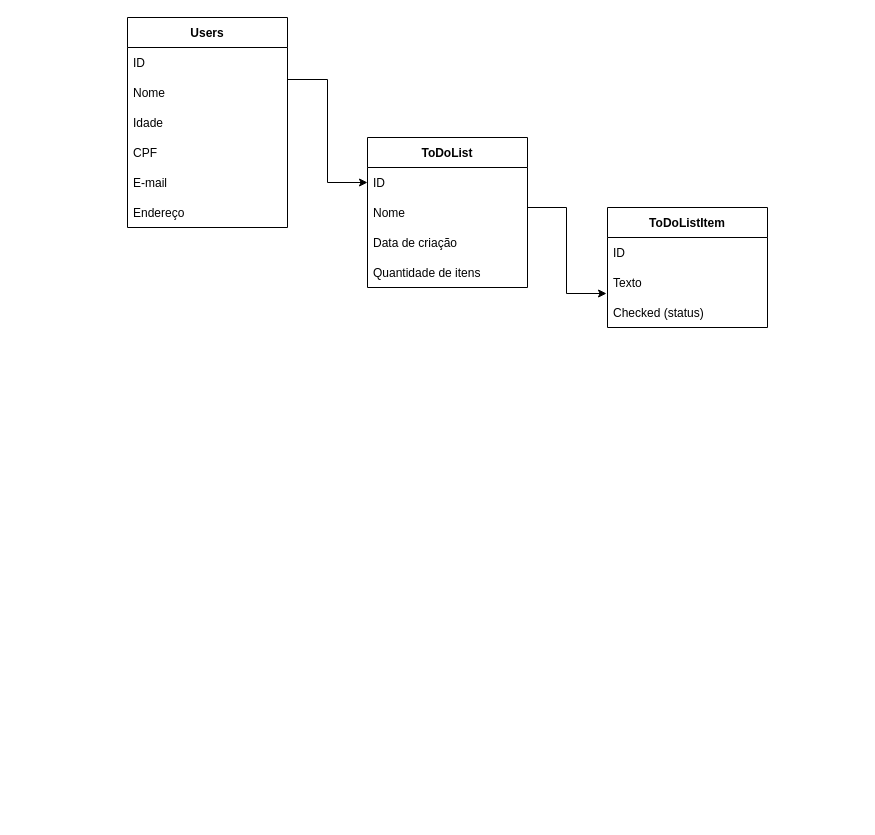
Earlier version of the draw.io diagram Aula-02/To-Do List.drawio (gabriela-gnsales/banco-de-dados). Source tidied: cells renumbered, new cells numbered last; positions are measured from the earlier drawing's top-left corner, leaving out a move shared by most shapes. Both pictures are drawn from the tidied source at 100%, with x=0, y=0 at pixel (127, 17).
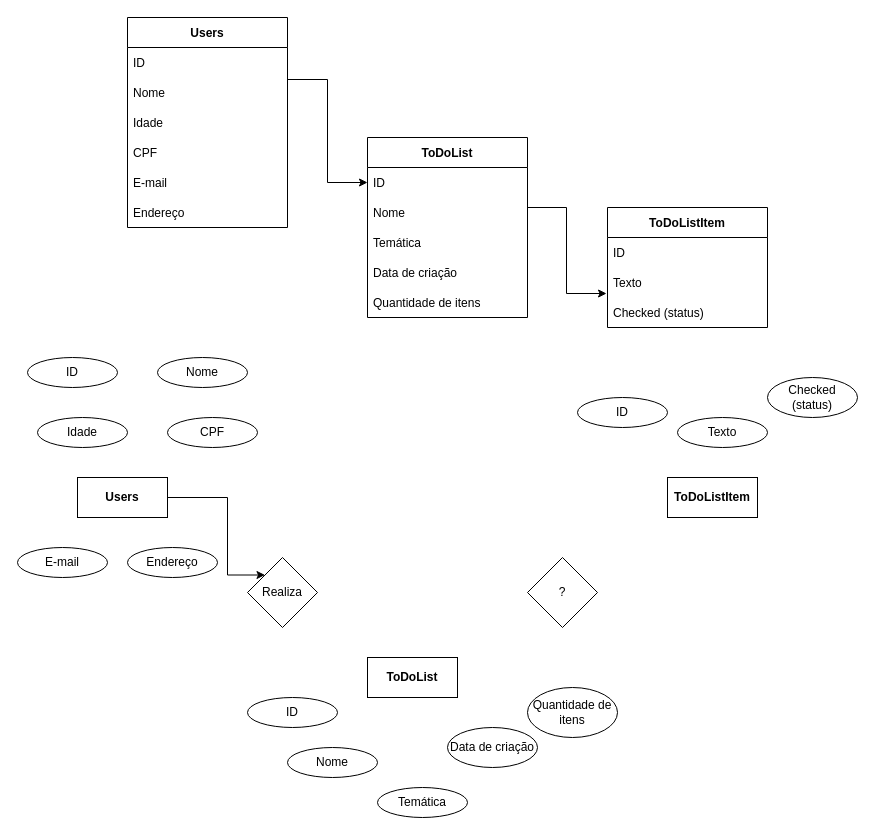
The same diagram, later.

What changed in the source:
```diff
@@
     <mxCell id="9" value="ToDoList" style="swimlane;fontStyle=1;horizontal=1;startSize=30;" parent="1" vertex="1">
-      <mxGeometry x="240" y="120" width="160" height="150" as="geometry" />
+      <mxGeometry x="240" y="120" width="160" height="180" as="geometry" />
     </mxCell>
@@
+    <mxCell id="20" value="Temática" style="text;strokeColor=none;fillColor=none;align=left;verticalAlign=middle;spacingLeft=4;spacingRight=4;overflow=hidden;" parent="9" vertex="1">
+      <mxGeometry y="90" width="160" height="30" as="geometry" />
+    </mxCell>
     <mxCell id="12" value="Data de criação" style="text;strokeColor=none;fillColor=none;align=left;verticalAlign=middle;spacingLeft=4;spacingRight=4;overflow=hidden;" parent="9" vertex="1">
-      <mxGeometry y="90" width="160" height="30" as="geometry" />
+      <mxGeometry y="120" width="160" height="30" as="geometry" />
     </mxCell>
     <mxCell id="13" value="Quantidade de itens" style="text;strokeColor=none;fillColor=none;align=left;verticalAlign=middle;spacingLeft=4;spacingRight=4;overflow=hidden;" parent="9" vertex="1">
-      <mxGeometry y="120" width="160" height="30" as="geometry" />
+      <mxGeometry y="150" width="160" height="30" as="geometry" />
     </mxCell>
@@
+    <mxCell id="21" value="Realiza" style="rhombus;whiteSpace=wrap;html=1;" parent="1" vertex="1">
+      <mxGeometry x="120" y="540" width="70" height="70" as="geometry" />
+    </mxCell>
+    <mxCell id="22" style="edgeStyle=orthogonalEdgeStyle;rounded=0;jettySize=auto;html=1;exitX=1;exitY=0.5;exitDx=0;exitDy=0;entryX=0;entryY=0;entryDx=0;entryDy=0;" parent="1" edge="1" source="23" target="21">
+      <mxGeometry relative="1" as="geometry">
+        <Array as="points">
+          <mxPoint x="100" y="480" />
+          <mxPoint x="100" y="558" />
+        </Array>
+      </mxGeometry>
+    </mxCell>
+    <mxCell id="23" value="&lt;b&gt;Users&lt;/b&gt;" style="rounded=0;whiteSpace=wrap;html=1;" parent="1" vertex="1">
+      <mxGeometry x="-50" y="460" width="90" height="40" as="geometry" />
+    </mxCell>
+    <mxCell id="24" value="&lt;span style=&quot;font-weight: 700&quot;&gt;ToDoList&lt;/span&gt;" style="rounded=0;whiteSpace=wrap;html=1;" parent="1" vertex="1">
+      <mxGeometry x="240" y="640" width="90" height="40" as="geometry" />
+    </mxCell>
+    <mxCell id="25" value="?" style="rhombus;whiteSpace=wrap;html=1;" parent="1" vertex="1">
+      <mxGeometry x="400" y="540" width="70" height="70" as="geometry" />
+    </mxCell>
+    <mxCell id="26" value="&lt;span style=&quot;font-weight: 700&quot;&gt;ToDoListItem&lt;/span&gt;" style="rounded=0;whiteSpace=wrap;html=1;" parent="1" vertex="1">
+      <mxGeometry x="540" y="460" width="90" height="40" as="geometry" />
+    </mxCell>
+    <mxCell id="27" value="ID" style="ellipse;whiteSpace=wrap;html=1;" parent="1" vertex="1">
+      <mxGeometry x="-100" y="340" width="90" height="30" as="geometry" />
+    </mxCell>
+    <mxCell id="28" value="&lt;span style=&quot;text-align: left&quot;&gt;Endereço&lt;/span&gt;" style="ellipse;whiteSpace=wrap;html=1;" parent="1" vertex="1">
+      <mxGeometry y="530" width="90" height="30" as="geometry" />
+    </mxCell>
+    <mxCell id="29" value="&lt;span style=&quot;text-align: left&quot;&gt;Nome&lt;/span&gt;" style="ellipse;whiteSpace=wrap;html=1;" parent="1" vertex="1">
+      <mxGeometry x="30" y="340" width="90" height="30" as="geometry" />
+    </mxCell>
+    <mxCell id="30" value="&lt;span style=&quot;text-align: left&quot;&gt;Idade&lt;/span&gt;" style="ellipse;whiteSpace=wrap;html=1;" parent="1" vertex="1">
+      <mxGeometry x="-90" y="400" width="90" height="30" as="geometry" />
+    </mxCell>
+    <mxCell id="31" value="&lt;span style=&quot;text-align: left&quot;&gt;CPF&lt;/span&gt;" style="ellipse;whiteSpace=wrap;html=1;" parent="1" vertex="1">
+      <mxGeometry x="40" y="400" width="90" height="30" as="geometry" />
+    </mxCell>
+    <mxCell id="32" value="&lt;span style=&quot;text-align: left&quot;&gt;E-mail&lt;/span&gt;" style="ellipse;whiteSpace=wrap;html=1;" parent="1" vertex="1">
+      <mxGeometry x="-110" y="530" width="90" height="30" as="geometry" />
+    </mxCell>
+    <mxCell id="33" value="ID" style="ellipse;whiteSpace=wrap;html=1;" parent="1" vertex="1">
+      <mxGeometry x="120" y="680" width="90" height="30" as="geometry" />
+    </mxCell>
+    <mxCell id="34" value="ID" style="ellipse;whiteSpace=wrap;html=1;" parent="1" vertex="1">
+      <mxGeometry x="450" y="380" width="90" height="30" as="geometry" />
+    </mxCell>
+    <mxCell id="35" value="&lt;span style=&quot;text-align: left&quot;&gt;Temática&lt;/span&gt;" style="ellipse;whiteSpace=wrap;html=1;" parent="1" vertex="1">
+      <mxGeometry x="250" y="770" width="90" height="30" as="geometry" />
+    </mxCell>
+    <mxCell id="36" value="&lt;span style=&quot;text-align: left&quot;&gt;Data de criação&lt;/span&gt;" style="ellipse;whiteSpace=wrap;html=1;" parent="1" vertex="1">
+      <mxGeometry x="320" y="710" width="90" height="40" as="geometry" />
+    </mxCell>
+    <mxCell id="37" value="&lt;span style=&quot;text-align: left&quot;&gt;Quantidade de itens&lt;/span&gt;" style="ellipse;whiteSpace=wrap;html=1;" parent="1" vertex="1">
+      <mxGeometry x="400" y="670" width="90" height="50" as="geometry" />
+    </mxCell>
+    <mxCell id="38" value="&lt;span style=&quot;text-align: left&quot;&gt;Nome&lt;/span&gt;" style="ellipse;whiteSpace=wrap;html=1;" parent="1" vertex="1">
+      <mxGeometry x="160" y="730" width="90" height="30" as="geometry" />
+    </mxCell>
+    <mxCell id="39" value="&lt;span style=&quot;text-align: left&quot;&gt;Texto&lt;/span&gt;" style="ellipse;whiteSpace=wrap;html=1;" parent="1" vertex="1">
+      <mxGeometry x="550" y="400" width="90" height="30" as="geometry" />
+    </mxCell>
+    <mxCell id="40" value="&lt;span style=&quot;text-align: left&quot;&gt;Checked (status)&lt;/span&gt;" style="ellipse;whiteSpace=wrap;html=1;" parent="1" vertex="1">
+      <mxGeometry x="640" y="360" width="90" height="40" as="geometry" />
+    </mxCell>
```
